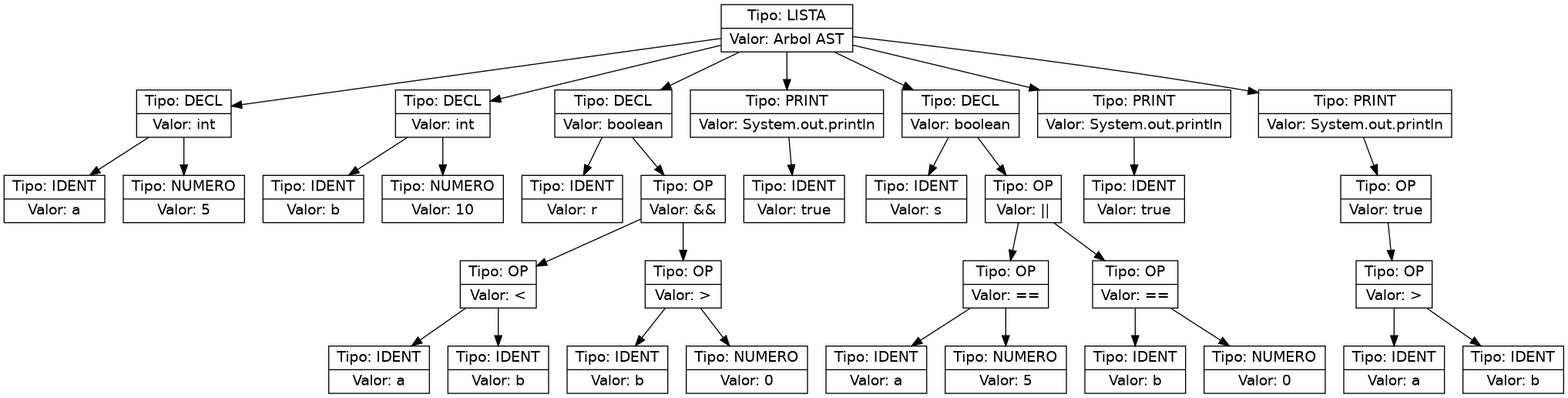
The Graphviz diagram ast.png in Farot30/OLC2_2s2025_202307820, before a commit. Its source is kept beside it as ast.dot.
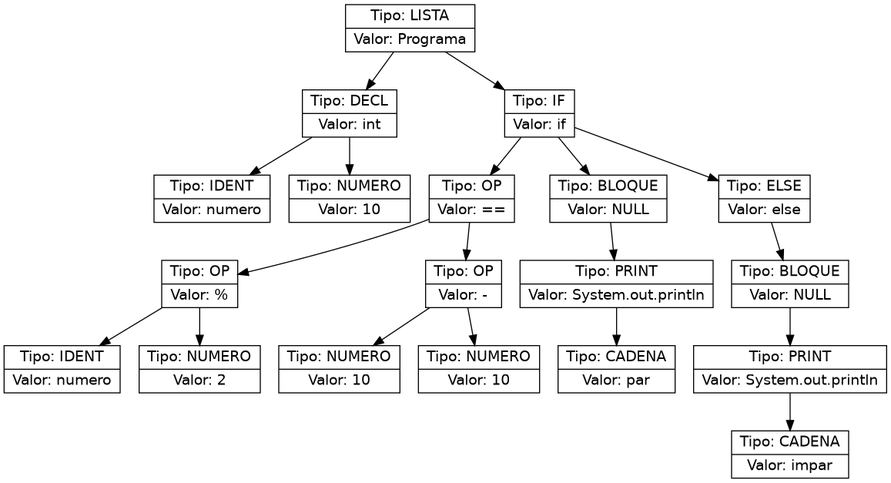
Above is the later version.

Change to the diagram source:
```diff
@@ -1,70 +1,40 @@
 digraph AST {
   node [shape=record,fontname="Helvetica"];
-  n0x61d840a38530 [label="{Tipo: LISTA|Valor: Arbol AST}"];
-  n0x61d840a38530 -> n0x61d8409f1550;
-  n0x61d8409f1550 [label="{Tipo: DECL|Valor: int}"];
-  n0x61d8409f1550 -> n0x61d8409c8560;
-  n0x61d8409c8560 [label="{Tipo: IDENT|Valor: a}"];
-  n0x61d8409f1550 -> n0x61d8409fbb50;
-  n0x61d8409fbb50 [label="{Tipo: NUMERO|Valor: 5}"];
-  n0x61d840a38530 -> n0x61d8409b2b90;
-  n0x61d8409b2b90 [label="{Tipo: DECL|Valor: int}"];
-  n0x61d8409b2b90 -> n0x61d840c47ef0;
-  n0x61d840c47ef0 [label="{Tipo: IDENT|Valor: b}"];
-  n0x61d8409b2b90 -> n0x61d840da5850;
-  n0x61d840da5850 [label="{Tipo: NUMERO|Valor: 10}"];
-  n0x61d840a38530 -> n0x61d8409eca30;
-  n0x61d8409eca30 [label="{Tipo: DECL|Valor: boolean}"];
-  n0x61d8409eca30 -> n0x61d840bba1a0;
-  n0x61d840bba1a0 [label="{Tipo: IDENT|Valor: r}"];
-  n0x61d8409eca30 -> n0x61d840c3d270;
-  n0x61d840c3d270 [label="{Tipo: OP|Valor: &&}"];
-  n0x61d840c3d270 -> n0x61d840c48a70;
-  n0x61d840c48a70 [label="{Tipo: OP|Valor: &lt;}"];
-  n0x61d840c48a70 -> n0x61d840c40070;
-  n0x61d840c40070 [label="{Tipo: IDENT|Valor: a}"];
-  n0x61d840c48a70 -> n0x61d840c43d70;
-  n0x61d840c43d70 [label="{Tipo: IDENT|Valor: b}"];
-  n0x61d840c3d270 -> n0x61d840bfc520;
-  n0x61d840bfc520 [label="{Tipo: OP|Valor: &gt;}"];
-  n0x61d840bfc520 -> n0x61d840a49c00;
-  n0x61d840a49c00 [label="{Tipo: IDENT|Valor: b}"];
-  n0x61d840bfc520 -> n0x61d840c4a750;
-  n0x61d840c4a750 [label="{Tipo: NUMERO|Valor: 0}"];
-  n0x61d840a38530 -> n0x61d840cb6300;
-  n0x61d840cb6300 [label="{Tipo: PRINT|Valor: System.out.println}"];
-  n0x61d840cb6300 -> n0x61d840c45c60;
-  n0x61d840c45c60 [label="{Tipo: IDENT|Valor: true}"];
-  n0x61d840a38530 -> n0x61d840b3d1d0;
-  n0x61d840b3d1d0 [label="{Tipo: DECL|Valor: boolean}"];
-  n0x61d840b3d1d0 -> n0x61d840b3d200;
-  n0x61d840b3d200 [label="{Tipo: IDENT|Valor: s}"];
-  n0x61d840b3d1d0 -> n0x61d840cd3c40;
-  n0x61d840cd3c40 [label="{Tipo: OP|Valor: &#124;&#124;}"];
-  n0x61d840cd3c40 -> n0x61d840c3fe80;
-  n0x61d840c3fe80 [label="{Tipo: OP|Valor: ==}"];
-  n0x61d840c3fe80 -> n0x61d8409c7140;
-  n0x61d8409c7140 [label="{Tipo: IDENT|Valor: a}"];
-  n0x61d840c3fe80 -> n0x61d840c42fa0;
-  n0x61d840c42fa0 [label="{Tipo: NUMERO|Valor: 5}"];
-  n0x61d840cd3c40 -> n0x61d840cd3c10;
-  n0x61d840cd3c10 [label="{Tipo: OP|Valor: ==}"];
-  n0x61d840cd3c10 -> n0x61d840ae5030;
-  n0x61d840ae5030 [label="{Tipo: IDENT|Valor: b}"];
-  n0x61d840cd3c10 -> n0x61d840bfe770;
-  n0x61d840bfe770 [label="{Tipo: NUMERO|Valor: 0}"];
-  n0x61d840a38530 -> n0x61d840cd4300;
-  n0x61d840cd4300 [label="{Tipo: PRINT|Valor: System.out.println}"];
-  n0x61d840cd4300 -> n0x61d840cd42d0;
-  n0x61d840cd42d0 [label="{Tipo: IDENT|Valor: true}"];
-  n0x61d840a38530 -> n0x61d840d9a820;
-  n0x61d840d9a820 [label="{Tipo: PRINT|Valor: System.out.println}"];
-  n0x61d840d9a820 -> n0x61d840a02410;
-  n0x61d840a02410 [label="{Tipo: OP|Valor: true}"];
-  n0x61d840a02410 -> n0x61d840a023e0;
-  n0x61d840a023e0 [label="{Tipo: OP|Valor: &gt;}"];
-  n0x61d840a023e0 -> n0x61d840c3e0e0;
-  n0x61d840c3e0e0 [label="{Tipo: IDENT|Valor: a}"];
-  n0x61d840a023e0 -> n0x61d840c3e110;
-  n0x61d840c3e110 [label="{Tipo: IDENT|Valor: b}"];
+  n0x5d1169a16470 [label="{Tipo: LISTA|Valor: Programa}"];
+  n0x5d1169a16470 -> n0x5d11698583a0;
+  n0x5d11698583a0 [label="{Tipo: DECL|Valor: int}"];
+  n0x5d11698583a0 -> n0x5d1169c1a360;
+  n0x5d1169c1a360 [label="{Tipo: IDENT|Valor: numero}"];
+  n0x5d11698583a0 -> n0x5d1169a16d80;
+  n0x5d1169a16d80 [label="{Tipo: NUMERO|Valor: 10}"];
+  n0x5d1169a16470 -> n0x5d116985cfe0;
+  n0x5d116985cfe0 [label="{Tipo: IF|Valor: if}"];
+  n0x5d116985cfe0 -> n0x5d116986b760;
+  n0x5d116986b760 [label="{Tipo: OP|Valor: ==}"];
+  n0x5d116986b760 -> n0x5d116986b400;
+  n0x5d116986b400 [label="{Tipo: OP|Valor: %}"];
+  n0x5d116986b400 -> n0x5d1169a7dc30;
+  n0x5d1169a7dc30 [label="{Tipo: IDENT|Valor: numero}"];
+  n0x5d116986b400 -> n0x5d116986bba0;
+  n0x5d116986bba0 [label="{Tipo: NUMERO|Valor: 2}"];
+  n0x5d116986b760 -> n0x5d116985c6e0;
+  n0x5d116985c6e0 [label="{Tipo: OP|Valor: -}"];
+  n0x5d116985c6e0 -> n0x5d1169af52c0;
+  n0x5d1169af52c0 [label="{Tipo: NUMERO|Valor: 10}"];
+  n0x5d116985c6e0 -> n0x5d1169c197d0;
+  n0x5d1169c197d0 [label="{Tipo: NUMERO|Valor: 10}"];
+  n0x5d116985cfe0 -> n0x5d1169a1cf60;
+  n0x5d1169a1cf60 [label="{Tipo: BLOQUE|Valor: NULL}"];
+  n0x5d1169a1cf60 -> n0x5d1169b41180;
+  n0x5d1169b41180 [label="{Tipo: PRINT|Valor: System.out.println}"];
+  n0x5d1169b41180 -> n0x5d1169a17280;
+  n0x5d1169a17280 [label="{Tipo: CADENA|Valor: par}"];
+  n0x5d116985cfe0 -> n0x5d1169a172d0;
+  n0x5d1169a172d0 [label="{Tipo: ELSE|Valor: else}"];
+  n0x5d1169a172d0 -> n0x5d1169b2afc0;
+  n0x5d1169b2afc0 [label="{Tipo: BLOQUE|Valor: NULL}"];
+  n0x5d1169b2afc0 -> n0x5d11697fc7c0;
+  n0x5d11697fc7c0 [label="{Tipo: PRINT|Valor: System.out.println}"];
+  n0x5d11697fc7c0 -> n0x5d11698416c0;
+  n0x5d11698416c0 [label="{Tipo: CADENA|Valor: impar}"];
 }
```
